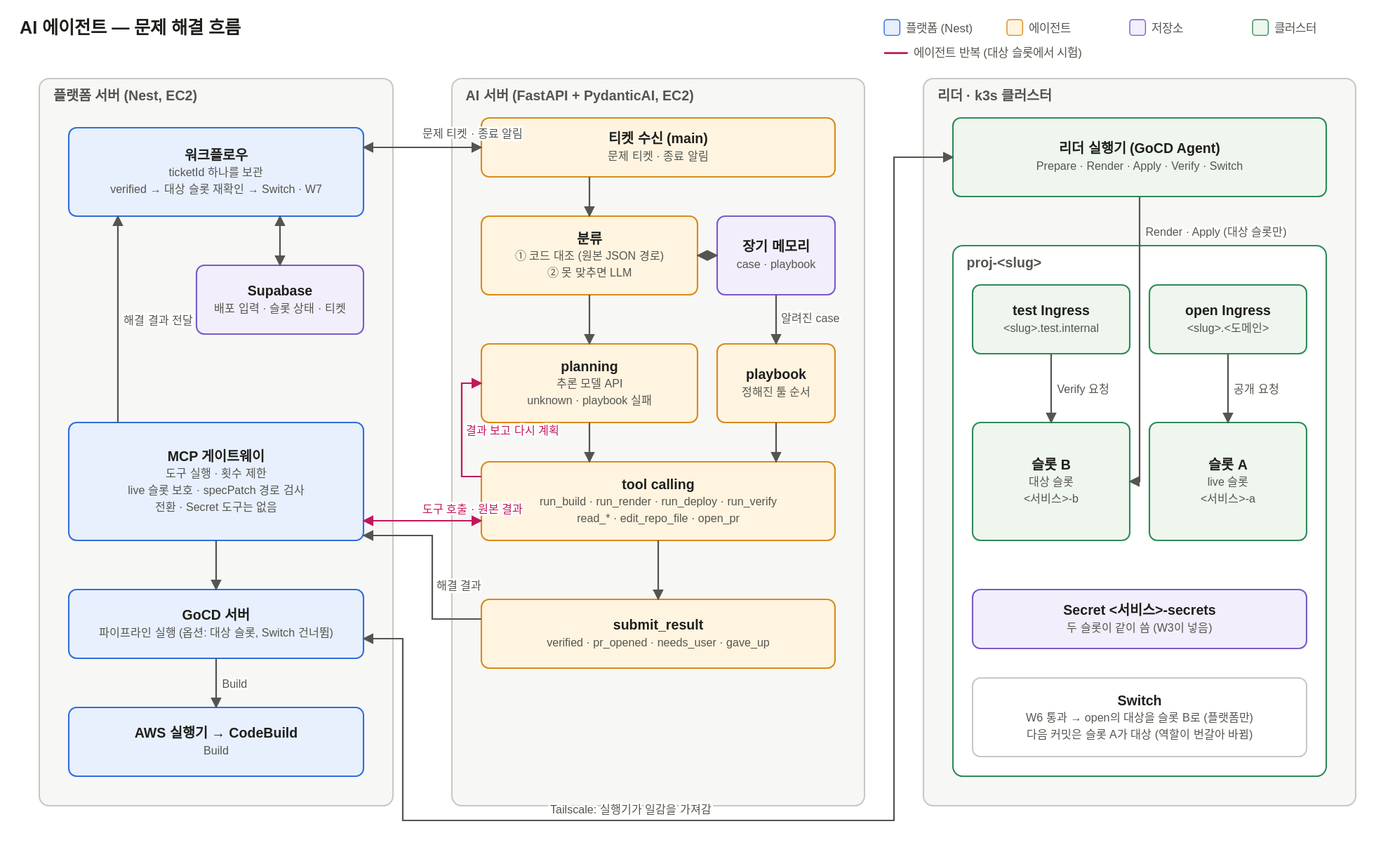
Above: docs/architecture/agent-flow.drawio.svg in woowangthon/WOOWANGTHON_TEAM_18 (draw.io), before the change. Source tidied: cells renumbered, new cells last; positions are measured from the earlier drawing's top-left corner, leaving out a move shared by most shapes. Source of this version:
```xml
<mxGraphModel>
  <root>
    <mxCell id="0" />
    <mxCell id="1" parent="0" />
    <mxCell id="2" value="플랫폼 서버 (Nest, EC2)" style="rounded=1;arcSize=3;whiteSpace=wrap;html=1;fillColor=#F7F7F5;strokeColor=#C9C9C4;verticalAlign=top;align=left;spacingLeft=10;fontStyle=1;fontColor=#55554F;" parent="1" vertex="1">
      <mxGeometry width="360" height="740" as="geometry" />
    </mxCell>
    <mxCell id="3" value="AI 서버 (FastAPI + PydanticAI, EC2)" style="rounded=1;arcSize=3;whiteSpace=wrap;html=1;fillColor=#F7F7F5;strokeColor=#C9C9C4;verticalAlign=top;align=left;spacingLeft=10;fontStyle=1;fontColor=#55554F;" parent="1" vertex="1">
      <mxGeometry x="420" width="420" height="740" as="geometry" />
    </mxCell>
    <mxCell id="4" value="리더 · k3s 클러스터" style="rounded=1;arcSize=3;whiteSpace=wrap;html=1;fillColor=#F7F7F5;strokeColor=#C9C9C4;verticalAlign=top;align=left;spacingLeft=10;fontStyle=1;fontColor=#55554F;" parent="1" vertex="1">
      <mxGeometry x="900" width="440" height="740" as="geometry" />
    </mxCell>
    <mxCell id="5" value="&lt;b&gt;워크플로우&lt;/b&gt;&lt;br&gt;&lt;font style=&quot;font-size:11px&quot; color=&quot;#55554F&quot;&gt;ticketId 하나를 보관&lt;br&gt;verified → 대상 슬롯 재확인 → Switch · W7&lt;/font&gt;" style="rounded=1;whiteSpace=wrap;html=1;fillColor=#E8F0FE;strokeColor=#2F6FDB;fontColor=#1F1F1C;" parent="1" vertex="1">
      <mxGeometry x="30" y="50" width="300" height="90" as="geometry" />
    </mxCell>
    <mxCell id="6" value="&lt;b&gt;Supabase&lt;/b&gt;&lt;br&gt;&lt;font style=&quot;font-size:11px&quot; color=&quot;#55554F&quot;&gt;배포 입력 · 슬롯 상태 · 티켓&lt;/font&gt;" style="rounded=1;whiteSpace=wrap;html=1;fillColor=#F2EEFB;strokeColor=#7A5BC7;fontColor=#1F1F1C;" parent="1" vertex="1">
      <mxGeometry x="160" y="190" width="170" height="70" as="geometry" />
    </mxCell>
    <mxCell id="7" value="&lt;b&gt;MCP 게이트웨이&lt;/b&gt;&lt;br&gt;&lt;font style=&quot;font-size:11px&quot; color=&quot;#55554F&quot;&gt;도구 실행 · 횟수 제한&lt;br&gt;live 슬롯 보호 · specPatch 경로 검사&lt;br&gt;전환 · Secret 도구는 없음&lt;/font&gt;" style="rounded=1;whiteSpace=wrap;html=1;fillColor=#E8F0FE;strokeColor=#2F6FDB;fontColor=#1F1F1C;" parent="1" vertex="1">
      <mxGeometry x="30" y="350" width="300" height="120" as="geometry" />
    </mxCell>
    <mxCell id="8" value="&lt;b&gt;GoCD 서버&lt;/b&gt;&lt;br&gt;&lt;font style=&quot;font-size:11px&quot; color=&quot;#55554F&quot;&gt;파이프라인 실행 (옵션: 대상 슬롯, Switch 건너뜀)&lt;/font&gt;" style="rounded=1;whiteSpace=wrap;html=1;fillColor=#E8F0FE;strokeColor=#2F6FDB;fontColor=#1F1F1C;" parent="1" vertex="1">
      <mxGeometry x="30" y="520" width="300" height="70" as="geometry" />
    </mxCell>
    <mxCell id="9" value="&lt;b&gt;AWS 실행기 → CodeBuild&lt;/b&gt;&lt;br&gt;&lt;font style=&quot;font-size:11px&quot; color=&quot;#55554F&quot;&gt;Build&lt;/font&gt;" style="rounded=1;whiteSpace=wrap;html=1;fillColor=#E8F0FE;strokeColor=#2F6FDB;fontColor=#1F1F1C;" parent="1" vertex="1">
      <mxGeometry x="30" y="640" width="300" height="70" as="geometry" />
    </mxCell>
    <mxCell id="10" value="&lt;b&gt;티켓 수신 (main)&lt;/b&gt;&lt;br&gt;&lt;font style=&quot;font-size:11px&quot; color=&quot;#55554F&quot;&gt;문제 티켓 · 종료 알림&lt;/font&gt;" style="rounded=1;whiteSpace=wrap;html=1;fillColor=#FFF4E0;strokeColor=#D98B1A;fontColor=#1F1F1C;" parent="1" vertex="1">
      <mxGeometry x="450" y="40" width="360" height="60" as="geometry" />
    </mxCell>
    <mxCell id="11" value="&lt;b&gt;분류&lt;/b&gt;&lt;br&gt;&lt;font style=&quot;font-size:11px&quot; color=&quot;#55554F&quot;&gt;① 코드 대조 (원본 JSON 경로)&lt;br&gt;② 못 맞추면 LLM&lt;/font&gt;" style="rounded=1;whiteSpace=wrap;html=1;fillColor=#FFF4E0;strokeColor=#D98B1A;fontColor=#1F1F1C;" parent="1" vertex="1">
      <mxGeometry x="450" y="140" width="220" height="80" as="geometry" />
    </mxCell>
    <mxCell id="12" value="&lt;b&gt;장기 메모리&lt;/b&gt;&lt;br&gt;&lt;font style=&quot;font-size:11px&quot; color=&quot;#55554F&quot;&gt;case · playbook&lt;/font&gt;" style="rounded=1;whiteSpace=wrap;html=1;fillColor=#F2EEFB;strokeColor=#7A5BC7;fontColor=#1F1F1C;" parent="1" vertex="1">
      <mxGeometry x="690" y="140" width="120" height="80" as="geometry" />
    </mxCell>
    <mxCell id="13" value="&lt;b&gt;planning&lt;/b&gt;&lt;br&gt;&lt;font style=&quot;font-size:11px&quot; color=&quot;#55554F&quot;&gt;추론 모델 API&lt;br&gt;unknown · playbook 실패&lt;/font&gt;" style="rounded=1;whiteSpace=wrap;html=1;fillColor=#FFF4E0;strokeColor=#D98B1A;fontColor=#1F1F1C;" parent="1" vertex="1">
      <mxGeometry x="450" y="270" width="220" height="80" as="geometry" />
    </mxCell>
    <mxCell id="14" value="&lt;b&gt;playbook&lt;/b&gt;&lt;br&gt;&lt;font style=&quot;font-size:11px&quot; color=&quot;#55554F&quot;&gt;정해진 툴 순서&lt;/font&gt;" style="rounded=1;whiteSpace=wrap;html=1;fillColor=#FFF4E0;strokeColor=#D98B1A;fontColor=#1F1F1C;" parent="1" vertex="1">
      <mxGeometry x="690" y="270" width="120" height="80" as="geometry" />
    </mxCell>
    <mxCell id="15" value="&lt;b&gt;tool calling&lt;/b&gt;&lt;br&gt;&lt;font style=&quot;font-size:11px&quot; color=&quot;#55554F&quot;&gt;run_build · run_render · run_deploy · run_verify&lt;br&gt;read_* · edit_repo_file · open_pr&lt;/font&gt;" style="rounded=1;whiteSpace=wrap;html=1;fillColor=#FFF4E0;strokeColor=#D98B1A;fontColor=#1F1F1C;" parent="1" vertex="1">
      <mxGeometry x="450" y="390" width="360" height="80" as="geometry" />
    </mxCell>
    <mxCell id="16" value="&lt;b&gt;submit_result&lt;/b&gt;&lt;br&gt;&lt;font style=&quot;font-size:11px&quot; color=&quot;#55554F&quot;&gt;verified · pr_opened · needs_user · gave_up&lt;/font&gt;" style="rounded=1;whiteSpace=wrap;html=1;fillColor=#FFF4E0;strokeColor=#D98B1A;fontColor=#1F1F1C;" parent="1" vertex="1">
      <mxGeometry x="450" y="530" width="360" height="70" as="geometry" />
    </mxCell>
    <mxCell id="17" value="&lt;b&gt;리더 실행기 (GoCD Agent)&lt;/b&gt;&lt;br&gt;&lt;font style=&quot;font-size:11px&quot; color=&quot;#55554F&quot;&gt;Prepare · Render · Apply · Verify · Switch&lt;/font&gt;" style="rounded=1;whiteSpace=wrap;html=1;fillColor=#EEF6EE;strokeColor=#2E8B57;fontColor=#1F1F1C;" parent="1" vertex="1">
      <mxGeometry x="930" y="40" width="380" height="80" as="geometry" />
    </mxCell>
    <mxCell id="18" value="proj-&lt;slug&gt;" style="rounded=1;arcSize=3;whiteSpace=wrap;html=1;fillColor=#FFFFFF;strokeColor=#2E8B57;verticalAlign=top;align=left;spacingLeft=10;fontStyle=1;fontColor=#55554F;" parent="1" vertex="1">
      <mxGeometry x="930" y="170" width="380" height="540" as="geometry" />
    </mxCell>
    <mxCell id="19" value="&lt;b&gt;test Ingress&lt;/b&gt;&lt;br&gt;&lt;font style=&quot;font-size:11px&quot; color=&quot;#55554F&quot;&gt;&amp;lt;slug&amp;gt;.test.internal&lt;/font&gt;" style="rounded=1;whiteSpace=wrap;html=1;fillColor=#EEF6EE;strokeColor=#2E8B57;fontColor=#1F1F1C;" parent="1" vertex="1">
      <mxGeometry x="950" y="210" width="160" height="70" as="geometry" />
    </mxCell>
    <mxCell id="20" value="&lt;b&gt;open Ingress&lt;/b&gt;&lt;br&gt;&lt;font style=&quot;font-size:11px&quot; color=&quot;#55554F&quot;&gt;&amp;lt;slug&amp;gt;.&amp;lt;도메인&amp;gt;&lt;/font&gt;" style="rounded=1;whiteSpace=wrap;html=1;fillColor=#EEF6EE;strokeColor=#2E8B57;fontColor=#1F1F1C;" parent="1" vertex="1">
      <mxGeometry x="1130" y="210" width="160" height="70" as="geometry" />
    </mxCell>
    <mxCell id="21" value="&lt;b&gt;슬롯 B&lt;/b&gt;&lt;br&gt;&lt;font style=&quot;font-size:11px&quot; color=&quot;#55554F&quot;&gt;대상 슬롯&lt;br&gt;&amp;lt;서비스&amp;gt;-b&lt;/font&gt;" style="rounded=1;whiteSpace=wrap;html=1;fillColor=#EEF6EE;strokeColor=#2E8B57;fontColor=#1F1F1C;" parent="1" vertex="1">
      <mxGeometry x="950" y="350" width="160" height="120" as="geometry" />
    </mxCell>
    <mxCell id="22" value="&lt;b&gt;슬롯 A&lt;/b&gt;&lt;br&gt;&lt;font style=&quot;font-size:11px&quot; color=&quot;#55554F&quot;&gt;live 슬롯&lt;br&gt;&amp;lt;서비스&amp;gt;-a&lt;/font&gt;" style="rounded=1;whiteSpace=wrap;html=1;fillColor=#EEF6EE;strokeColor=#2E8B57;fontColor=#1F1F1C;" parent="1" vertex="1">
      <mxGeometry x="1130" y="350" width="160" height="120" as="geometry" />
    </mxCell>
    <mxCell id="23" value="&lt;b&gt;Secret &amp;lt;서비스&amp;gt;-secrets&lt;/b&gt;&lt;br&gt;&lt;font style=&quot;font-size:11px&quot; color=&quot;#55554F&quot;&gt;두 슬롯이 같이 씀 (W3이 넣음)&lt;/font&gt;" style="rounded=1;whiteSpace=wrap;html=1;fillColor=#F2EEFB;strokeColor=#7A5BC7;fontColor=#1F1F1C;" parent="1" vertex="1">
      <mxGeometry x="950" y="520" width="340" height="60" as="geometry" />
    </mxCell>
    <mxCell id="24" value="&lt;b&gt;Switch&lt;/b&gt;&lt;br&gt;&lt;font style=&quot;font-size:11px&quot; color=&quot;#55554F&quot;&gt;W6 통과 → open의 대상을 슬롯 B로 (플랫폼만)&lt;br&gt;다음 커밋은 슬롯 A가 대상 (역할이 번갈아 바뀜)&lt;/font&gt;" style="rounded=1;whiteSpace=wrap;html=1;fillColor=#FFFFFF;strokeColor=#C9C9C4;fontColor=#1F1F1C;" parent="1" vertex="1">
      <mxGeometry x="950" y="610" width="340" height="80" as="geometry" />
    </mxCell>
    <mxCell id="25" value="문제 티켓 · 종료 알림" style="edgeStyle=none;html=1;strokeColor=#55554F;fontColor=#55554F;endArrow=block;endFill=1;startArrow=block;startFill=1;" parent="1" edge="1">
      <mxGeometry relative="1" as="geometry">
        <mxPoint x="330" y="70" as="sourcePoint" />
        <mxPoint x="450" y="70" as="targetPoint" />
      </mxGeometry>
    </mxCell>
    <mxCell id="26" style="edgeStyle=none;html=1;strokeColor=#55554F;fontColor=#55554F;endArrow=block;endFill=1;startArrow=none;" parent="1" edge="1">
      <mxGeometry relative="1" as="geometry">
        <mxPoint x="560" y="100" as="sourcePoint" />
        <mxPoint x="560" y="140" as="targetPoint" />
      </mxGeometry>
    </mxCell>
    <mxCell id="27" style="edgeStyle=none;html=1;strokeColor=#55554F;fontColor=#55554F;endArrow=block;endFill=1;startArrow=block;startFill=1;" parent="1" edge="1">
      <mxGeometry relative="1" as="geometry">
        <mxPoint x="670" y="180" as="sourcePoint" />
        <mxPoint x="690" y="180" as="targetPoint" />
      </mxGeometry>
    </mxCell>
    <mxCell id="28" style="edgeStyle=none;html=1;strokeColor=#55554F;fontColor=#55554F;endArrow=block;endFill=1;startArrow=none;" parent="1" edge="1">
      <mxGeometry relative="1" as="geometry">
        <mxPoint x="560" y="220" as="sourcePoint" />
        <mxPoint x="560" y="270" as="targetPoint" />
      </mxGeometry>
    </mxCell>
    <mxCell id="29" value="알려진 case" style="edgeStyle=none;html=1;strokeColor=#55554F;fontColor=#55554F;endArrow=block;endFill=1;startArrow=none;" parent="1" edge="1">
      <mxGeometry relative="1" as="geometry">
        <mxPoint x="750" y="220" as="sourcePoint" />
        <mxPoint x="750" y="270" as="targetPoint" />
      </mxGeometry>
    </mxCell>
    <mxCell id="30" style="edgeStyle=none;html=1;strokeColor=#55554F;fontColor=#55554F;endArrow=block;endFill=1;startArrow=none;" parent="1" edge="1">
      <mxGeometry relative="1" as="geometry">
        <mxPoint x="560" y="350" as="sourcePoint" />
        <mxPoint x="560" y="390" as="targetPoint" />
      </mxGeometry>
    </mxCell>
    <mxCell id="31" style="edgeStyle=none;html=1;strokeColor=#55554F;fontColor=#55554F;endArrow=block;endFill=1;startArrow=none;" parent="1" edge="1">
      <mxGeometry relative="1" as="geometry">
        <mxPoint x="750" y="350" as="sourcePoint" />
        <mxPoint x="750" y="390" as="targetPoint" />
      </mxGeometry>
    </mxCell>
    <mxCell id="32" value="결과 보고 다시 계획" style="edgeStyle=none;html=1;strokeColor=#C2185B;fontColor=#C2185B;endArrow=block;endFill=1;startArrow=none;" parent="1" edge="1">
      <mxGeometry relative="1" as="geometry">
        <mxPoint x="450" y="405" as="sourcePoint" />
        <mxPoint x="450" y="310" as="targetPoint" />
        <Array as="points">
          <mxPoint x="430" y="405" />
          <mxPoint x="430" y="310" />
        </Array>
      </mxGeometry>
    </mxCell>
    <mxCell id="33" value="도구 호출 · 원본 결과" style="edgeStyle=none;html=1;strokeColor=#C2185B;fontColor=#C2185B;endArrow=block;endFill=1;startArrow=block;startFill=1;" parent="1" edge="1">
      <mxGeometry relative="1" as="geometry">
        <mxPoint x="450" y="450" as="sourcePoint" />
        <mxPoint x="330" y="450" as="targetPoint" />
      </mxGeometry>
    </mxCell>
    <mxCell id="34" style="edgeStyle=none;html=1;strokeColor=#55554F;fontColor=#55554F;endArrow=block;endFill=1;startArrow=none;" parent="1" edge="1">
      <mxGeometry relative="1" as="geometry">
        <mxPoint x="630" y="470" as="sourcePoint" />
        <mxPoint x="630" y="530" as="targetPoint" />
      </mxGeometry>
    </mxCell>
    <mxCell id="35" value="해결 결과" style="edgeStyle=none;html=1;strokeColor=#55554F;fontColor=#55554F;endArrow=block;endFill=1;startArrow=none;" parent="1" edge="1">
      <mxGeometry relative="1" as="geometry">
        <mxPoint x="450" y="550" as="sourcePoint" />
        <mxPoint x="330" y="465" as="targetPoint" />
        <Array as="points">
          <mxPoint x="400" y="550" />
          <mxPoint x="400" y="465" />
        </Array>
      </mxGeometry>
    </mxCell>
    <mxCell id="36" value="해결 결과 전달" style="edgeStyle=none;html=1;strokeColor=#55554F;fontColor=#55554F;endArrow=block;endFill=1;startArrow=none;" parent="1" edge="1">
      <mxGeometry relative="1" as="geometry">
        <mxPoint x="80" y="350" as="sourcePoint" />
        <mxPoint x="80" y="140" as="targetPoint" />
      </mxGeometry>
    </mxCell>
    <mxCell id="37" style="edgeStyle=none;html=1;strokeColor=#55554F;fontColor=#55554F;endArrow=block;endFill=1;startArrow=block;startFill=1;" parent="1" edge="1">
      <mxGeometry relative="1" as="geometry">
        <mxPoint x="245" y="140" as="sourcePoint" />
        <mxPoint x="245" y="190" as="targetPoint" />
      </mxGeometry>
    </mxCell>
    <mxCell id="38" style="edgeStyle=none;html=1;strokeColor=#55554F;fontColor=#55554F;endArrow=block;endFill=1;startArrow=none;" parent="1" edge="1">
      <mxGeometry relative="1" as="geometry">
        <mxPoint x="180" y="470" as="sourcePoint" />
        <mxPoint x="180" y="520" as="targetPoint" />
      </mxGeometry>
    </mxCell>
    <mxCell id="39" value="Build" style="edgeStyle=none;html=1;strokeColor=#55554F;fontColor=#55554F;endArrow=block;endFill=1;startArrow=none;" parent="1" edge="1">
      <mxGeometry relative="1" as="geometry">
        <mxPoint x="180" y="590" as="sourcePoint" />
        <mxPoint x="180" y="640" as="targetPoint" />
      </mxGeometry>
    </mxCell>
    <mxCell id="40" value="Tailscale: 실행기가 일감을 가져감" style="edgeStyle=none;html=1;strokeColor=#55554F;fontColor=#55554F;endArrow=block;endFill=1;startArrow=block;startFill=1;" parent="1" edge="1">
      <mxGeometry relative="1" as="geometry">
        <mxPoint x="330" y="570" as="sourcePoint" />
        <mxPoint x="930" y="80" as="targetPoint" />
        <Array as="points">
          <mxPoint x="370" y="570" />
          <mxPoint x="370" y="755" />
          <mxPoint x="870" y="755" />
          <mxPoint x="870" y="80" />
        </Array>
      </mxGeometry>
    </mxCell>
    <mxCell id="41" value="Render · Apply (대상 슬롯만)" style="edgeStyle=none;html=1;strokeColor=#55554F;fontColor=#55554F;endArrow=block;endFill=1;startArrow=none;" parent="1" edge="1">
      <mxGeometry relative="1" as="geometry">
        <mxPoint x="1120" y="120" as="sourcePoint" />
        <mxPoint x="1110" y="410" as="targetPoint" />
        <Array as="points">
          <mxPoint x="1120" y="410" />
        </Array>
      </mxGeometry>
    </mxCell>
    <mxCell id="42" value="Verify 요청" style="edgeStyle=none;html=1;strokeColor=#55554F;fontColor=#55554F;endArrow=block;endFill=1;startArrow=none;" parent="1" edge="1">
      <mxGeometry relative="1" as="geometry">
        <mxPoint x="1030" y="280" as="sourcePoint" />
        <mxPoint x="1030" y="350" as="targetPoint" />
      </mxGeometry>
    </mxCell>
    <mxCell id="43" value="공개 요청" style="edgeStyle=none;html=1;strokeColor=#55554F;fontColor=#55554F;endArrow=block;endFill=1;startArrow=none;" parent="1" edge="1">
      <mxGeometry relative="1" as="geometry">
        <mxPoint x="1210" y="280" as="sourcePoint" />
        <mxPoint x="1210" y="350" as="targetPoint" />
      </mxGeometry>
    </mxCell>
  </root>
</mxGraphModel>
```
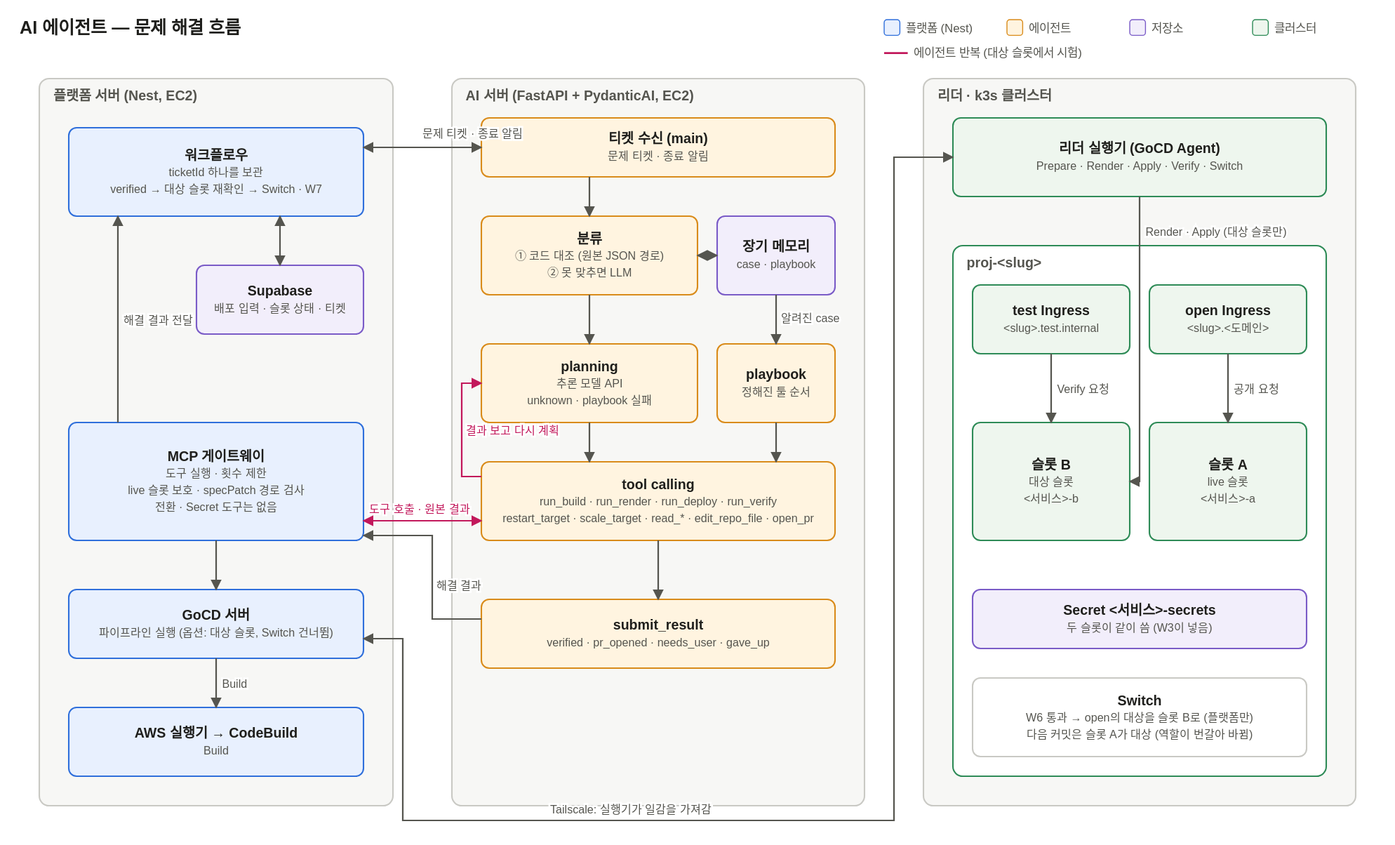
After the change.

Change to the diagram source:
```diff
@@ -41,7 +41,7 @@
     <mxCell id="14" value="&lt;b&gt;playbook&lt;/b&gt;&lt;br&gt;&lt;font style=&quot;font-size:11px&quot; color=&quot;#55554F&quot;&gt;정해진 툴 순서&lt;/font&gt;" style="rounded=1;whiteSpace=wrap;html=1;fillColor=#FFF4E0;strokeColor=#D98B1A;fontColor=#1F1F1C;" parent="1" vertex="1">
       <mxGeometry x="690" y="270" width="120" height="80" as="geometry" />
     </mxCell>
-    <mxCell id="15" value="&lt;b&gt;tool calling&lt;/b&gt;&lt;br&gt;&lt;font style=&quot;font-size:11px&quot; color=&quot;#55554F&quot;&gt;run_build · run_render · run_deploy · run_verify&lt;br&gt;read_* · edit_repo_file · open_pr&lt;/font&gt;" style="rounded=1;whiteSpace=wrap;html=1;fillColor=#FFF4E0;strokeColor=#D98B1A;fontColor=#1F1F1C;" parent="1" vertex="1">
+    <mxCell id="15" value="&lt;b&gt;tool calling&lt;/b&gt;&lt;br&gt;&lt;font style=&quot;font-size:11px&quot; color=&quot;#55554F&quot;&gt;run_build · run_render · run_deploy · run_verify&lt;br&gt;restart_target · scale_target · read_* · edit_repo_file · open_pr&lt;/font&gt;" style="rounded=1;whiteSpace=wrap;html=1;fillColor=#FFF4E0;strokeColor=#D98B1A;fontColor=#1F1F1C;" parent="1" vertex="1">
       <mxGeometry x="450" y="390" width="360" height="80" as="geometry" />
     </mxCell>
     <mxCell id="16" value="&lt;b&gt;submit_result&lt;/b&gt;&lt;br&gt;&lt;font style=&quot;font-size:11px&quot; color=&quot;#55554F&quot;&gt;verified · pr_opened · needs_user · gave_up&lt;/font&gt;" style="rounded=1;whiteSpace=wrap;html=1;fillColor=#FFF4E0;strokeColor=#D98B1A;fontColor=#1F1F1C;" parent="1" vertex="1">
```
